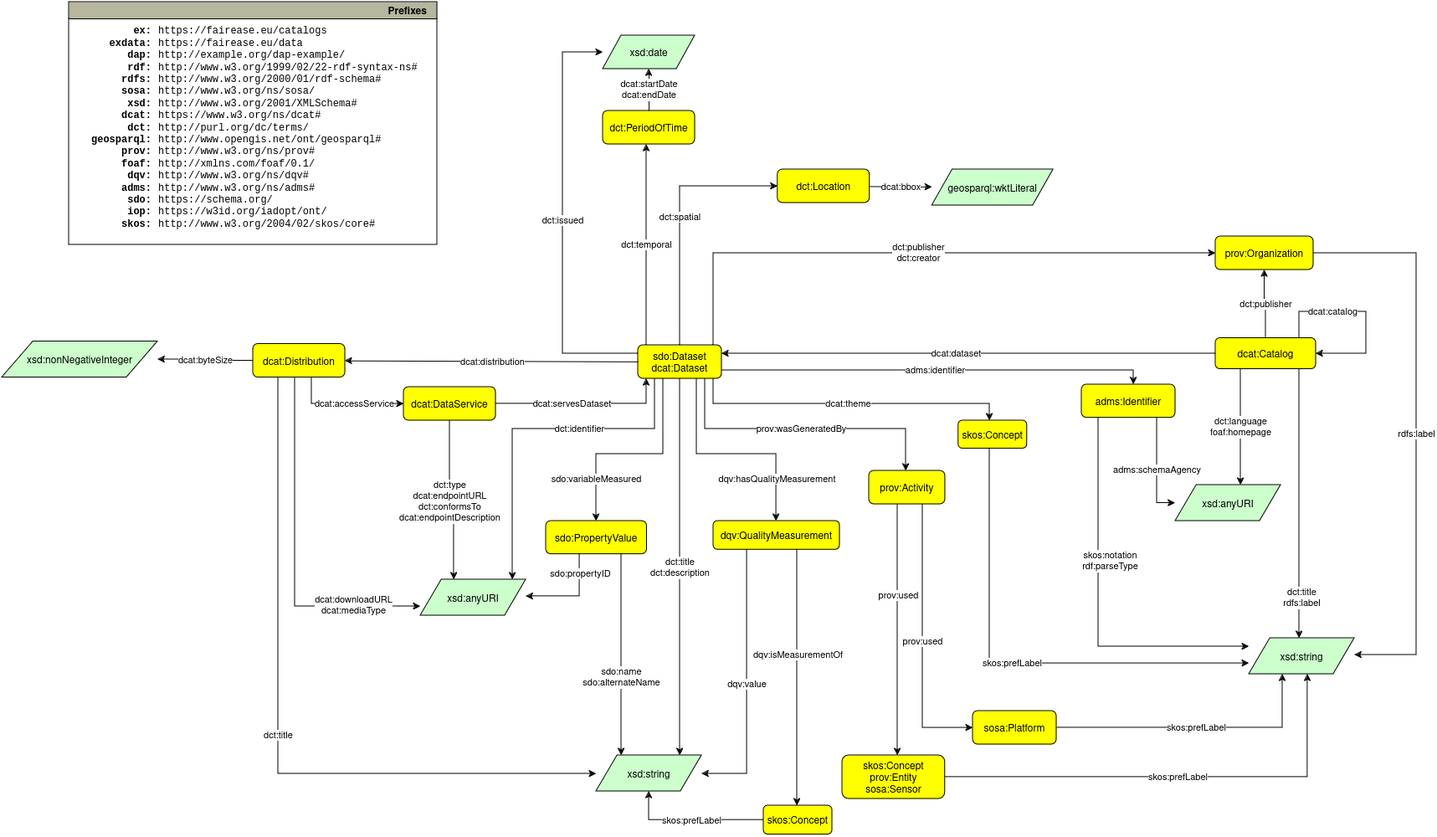
Above: Dataset/FE-DCAT-AP-class-diagram.drawio.png in fair-ease/IDDAS (draw.io), before the change. Source tidied: cells renumbered, new cells last; positions are measured from the earlier drawing's top-left corner, leaving out a move shared by most shapes.
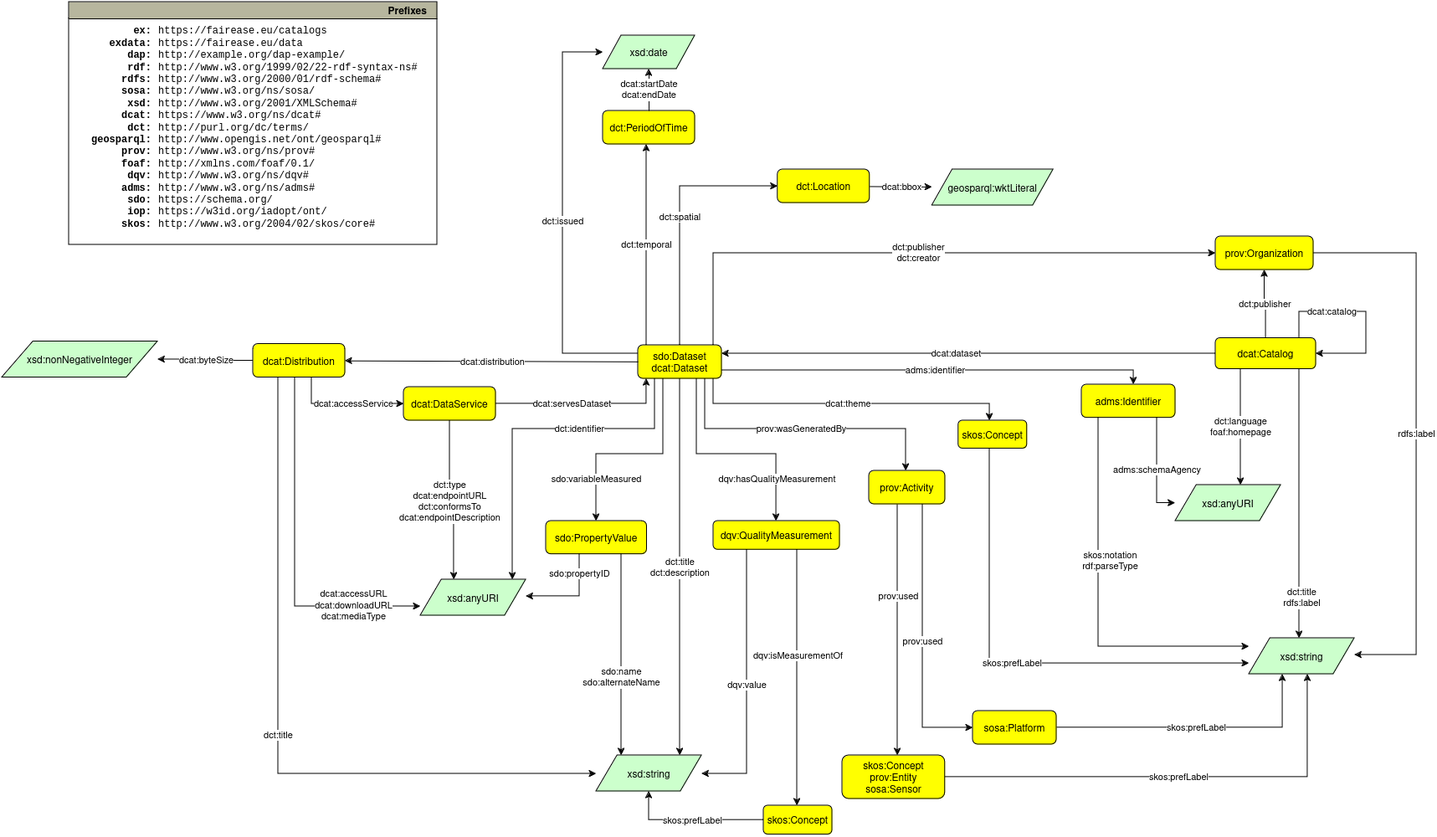
The same file after the commit.

Commit message:
Add missing accessURL property (see: https://github.com/fair-ease/iddas-sparql-py-inquiry/blob/main/iddas_information.ipynb)

What changed in the source:
```diff
@@ -114,7 +114,7 @@
         </Array>
       </mxGeometry>
     </mxCell>
-    <mxCell id="26" value="&lt;div&gt;dcat:downloadURL&lt;/div&gt;dcat:mediaType" style="edgeLabel;html=1;align=center;verticalAlign=middle;" parent="25" vertex="1">
+    <mxCell id="26" value="&lt;div&gt;dcat:accessURL&lt;br&gt;&lt;/div&gt;&lt;div&gt;dcat:downloadURL&lt;/div&gt;dcat:mediaType" style="edgeLabel;html=1;align=center;verticalAlign=middle;" parent="25" vertex="1">
       <mxGeometry relative="1" as="geometry">
         <mxPoint x="70" y="60" as="offset" />
       </mxGeometry>
```
